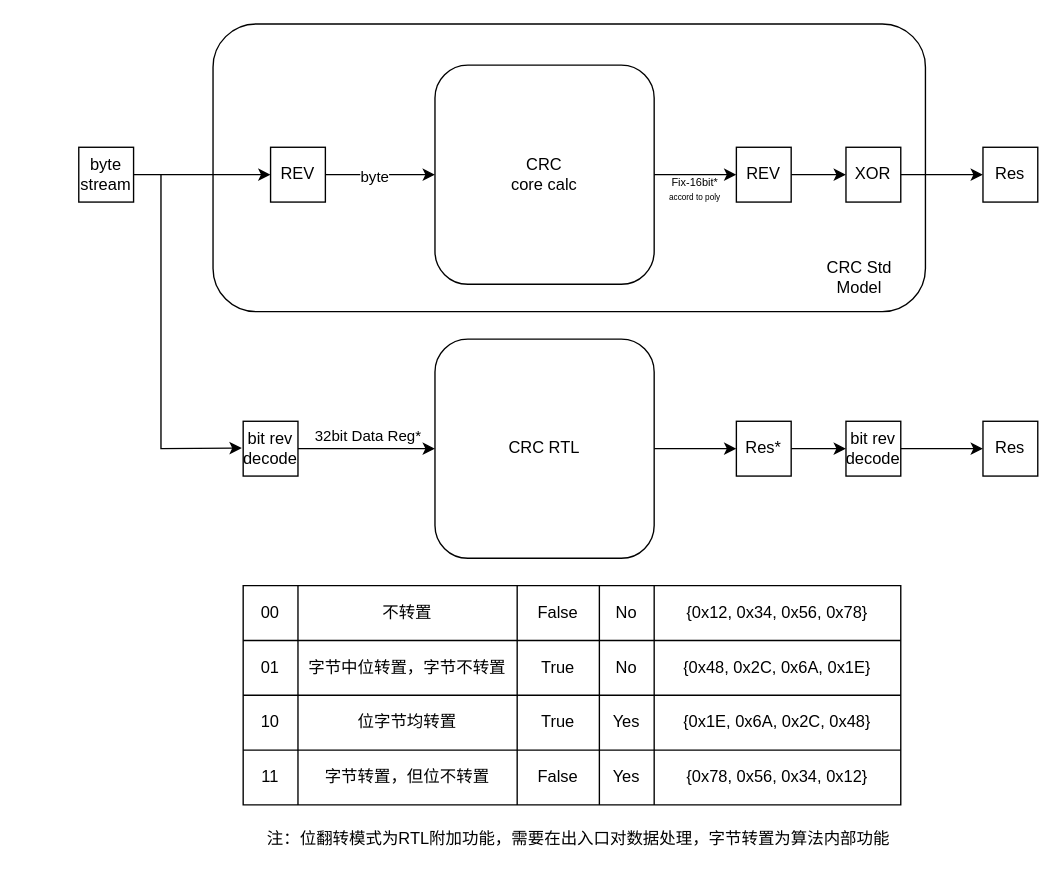
This is page "第 2 页" (2 of 3) of drawio/crc.drawio from iceyxy/flow-chart-drawio, a draw.io file, before an edit. Source tidied: cells renumbered, new cells numbered last; positions are measured from the earlier drawing's top-left corner, leaving out a move shared by most shapes. Both pictures are drawn from the tidied source at 137%, with x=0, y=0 at pixel (78, 23).
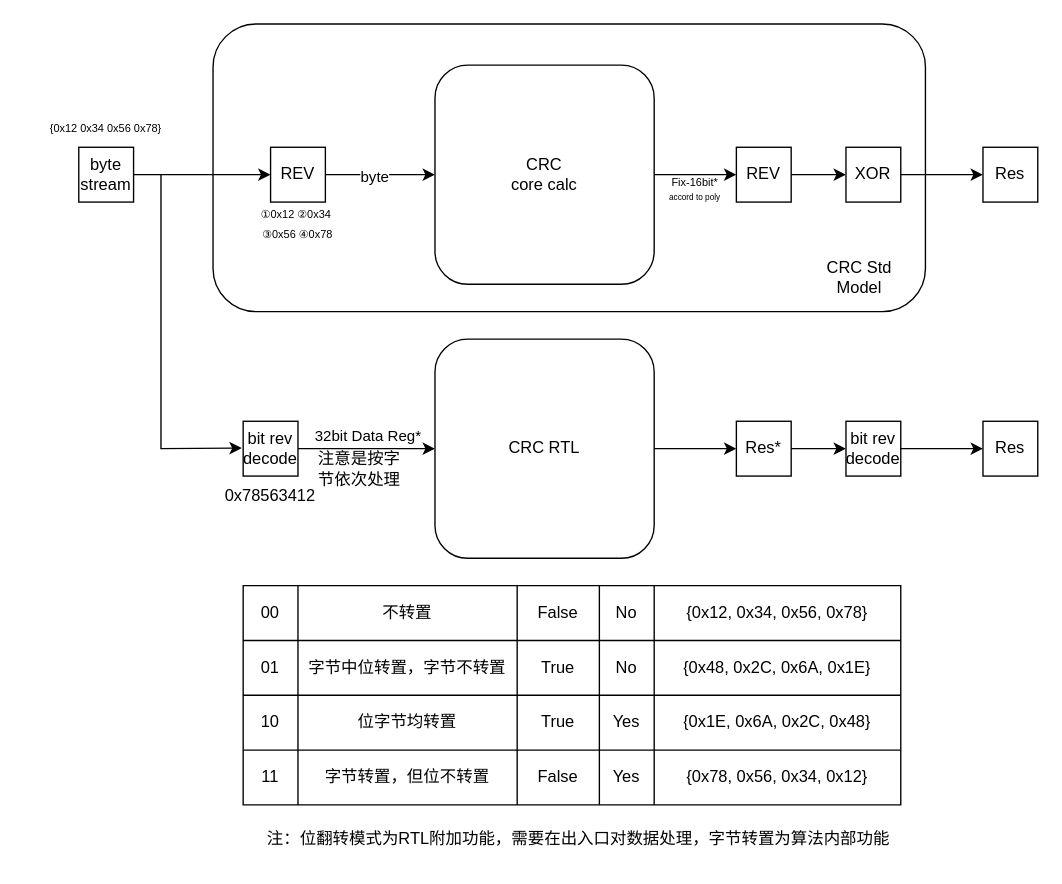
After the change.

What changed in the source:
```diff
@@
+    <mxCell id="55" value="注意是按字节依次处理" style="text;html=1;whiteSpace=wrap;strokeColor=none;fillColor=none;align=center;verticalAlign=middle;rounded=0;" parent="1" vertex="1">
+      <mxGeometry x="170" y="310" width="70" height="30" as="geometry" />
+    </mxCell>
+    <mxCell id="56" value="&lt;font style=&quot;font-size: 8px;&quot;&gt;{0x12 0x34 0x56 0x78}&lt;/font&gt;" style="text;html=1;whiteSpace=wrap;strokeColor=none;fillColor=none;align=center;verticalAlign=middle;rounded=0;" parent="1" vertex="1">
+      <mxGeometry x="-40" y="60" width="120" height="30" as="geometry" />
+    </mxCell>
+    <mxCell id="57" value="&lt;span style=&quot;font-size: 8px;&quot;&gt;①0x12 ②0x34&amp;nbsp;&lt;/span&gt;&lt;div&gt;&lt;span style=&quot;font-size: 8px; background-color: transparent; color: light-dark(rgb(0, 0, 0), rgb(255, 255, 255));&quot;&gt;③0x56 ④0x78&lt;/span&gt;&lt;/div&gt;" style="text;html=1;whiteSpace=wrap;strokeColor=none;fillColor=none;align=center;verticalAlign=middle;rounded=0;" parent="1" vertex="1">
+      <mxGeometry x="120" y="130" width="80" height="30" as="geometry" />
+    </mxCell>
+    <mxCell id="58" value="0x78563412" style="text;html=1;whiteSpace=wrap;strokeColor=none;fillColor=none;align=center;verticalAlign=middle;rounded=0;" parent="1" vertex="1">
+      <mxGeometry x="110" y="330" width="60" height="30" as="geometry" />
+    </mxCell>
```
